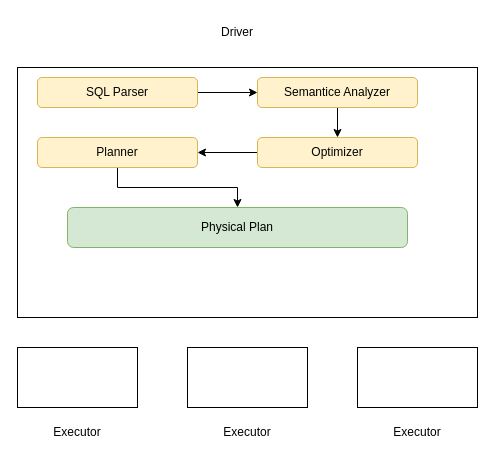
This is Native Engine.drawio from labud/pictures, a draw.io file, before an edit. Source tidied: cells renumbered, new cells numbered last; positions are measured from the earlier drawing's top-left corner, leaving out a move shared by most shapes. Both pictures are drawn from the tidied source at 100%, with x=0, y=0 at pixel (17, 17).
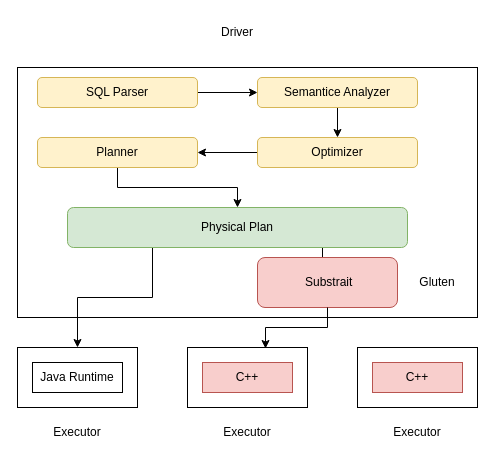
The same page after the edit.

The change refers to these unchanged cells:
```xml
<mxCell id="13" value="Physical Plan" style="rounded=1;whiteSpace=wrap;html=1;fillColor=#d5e8d4;strokeColor=#82b366;" parent="1" vertex="1">
  <mxGeometry x="50" y="190" width="340" height="40" as="geometry" />
</mxCell>
<mxCell id="14" style="rounded=0;whiteSpace=wrap;html=1;" parent="1" vertex="1">
  <mxGeometry y="330" width="120" height="60" as="geometry" />
</mxCell>
<mxCell id="15" style="rounded=0;whiteSpace=wrap;html=1;" parent="1" vertex="1">
  <mxGeometry x="170" y="330" width="120" height="60" as="geometry" />
</mxCell>
```

What changed in the source:
```diff
@@
+    <mxCell id="20" style="edgeStyle=orthogonalEdgeStyle;rounded=0;jettySize=auto;html=1;exitX=0.25;exitY=1;exitDx=0;exitDy=0;entryX=0.5;entryY=0;entryDx=0;entryDy=0;" parent="1" edge="1" source="13" target="14">
+      <mxGeometry relative="1" as="geometry" />
+    </mxCell>
+    <mxCell id="21" style="edgeStyle=orthogonalEdgeStyle;rounded=0;jettySize=auto;html=1;exitX=0.75;exitY=1;exitDx=0;exitDy=0;" parent="1" edge="1" source="13" target="25">
+      <mxGeometry relative="1" as="geometry" />
+    </mxCell>
@@
+    <mxCell id="22" value="Java Runtime" style="rounded=0;whiteSpace=wrap;html=1;" parent="1" vertex="1">
+      <mxGeometry x="15" y="345" width="90" height="30" as="geometry" />
+    </mxCell>
+    <mxCell id="23" value="C++" style="rounded=0;whiteSpace=wrap;html=1;fillColor=#f8cecc;strokeColor=#b85450;" parent="1" vertex="1">
+      <mxGeometry x="185" y="345" width="90" height="30" as="geometry" />
+    </mxCell>
+    <mxCell id="24" value="C++" style="rounded=0;whiteSpace=wrap;html=1;fillColor=#f8cecc;strokeColor=#b85450;" parent="1" vertex="1">
+      <mxGeometry x="355" y="345" width="90" height="30" as="geometry" />
+    </mxCell>
+    <mxCell id="25" value="&amp;nbsp;Substrait" style="rounded=1;whiteSpace=wrap;html=1;fillColor=#f8cecc;strokeColor=#b85450;" parent="1" vertex="1">
+      <mxGeometry x="240" y="240" width="140" height="50" as="geometry" />
+    </mxCell>
+    <mxCell id="26" style="edgeStyle=orthogonalEdgeStyle;rounded=0;jettySize=auto;html=1;exitX=0.5;exitY=1;exitDx=0;exitDy=0;entryX=0.65;entryY=0.017;entryDx=0;entryDy=0;entryPerimeter=0;" parent="1" edge="1" source="25" target="15">
+      <mxGeometry relative="1" as="geometry" />
+    </mxCell>
+    <mxCell id="27" value="Gluten" style="text;html=1;align=center;verticalAlign=middle;whiteSpace=wrap;rounded=0;" parent="1" vertex="1">
+      <mxGeometry x="390" y="250" width="60" height="30" as="geometry" />
+    </mxCell>
```
